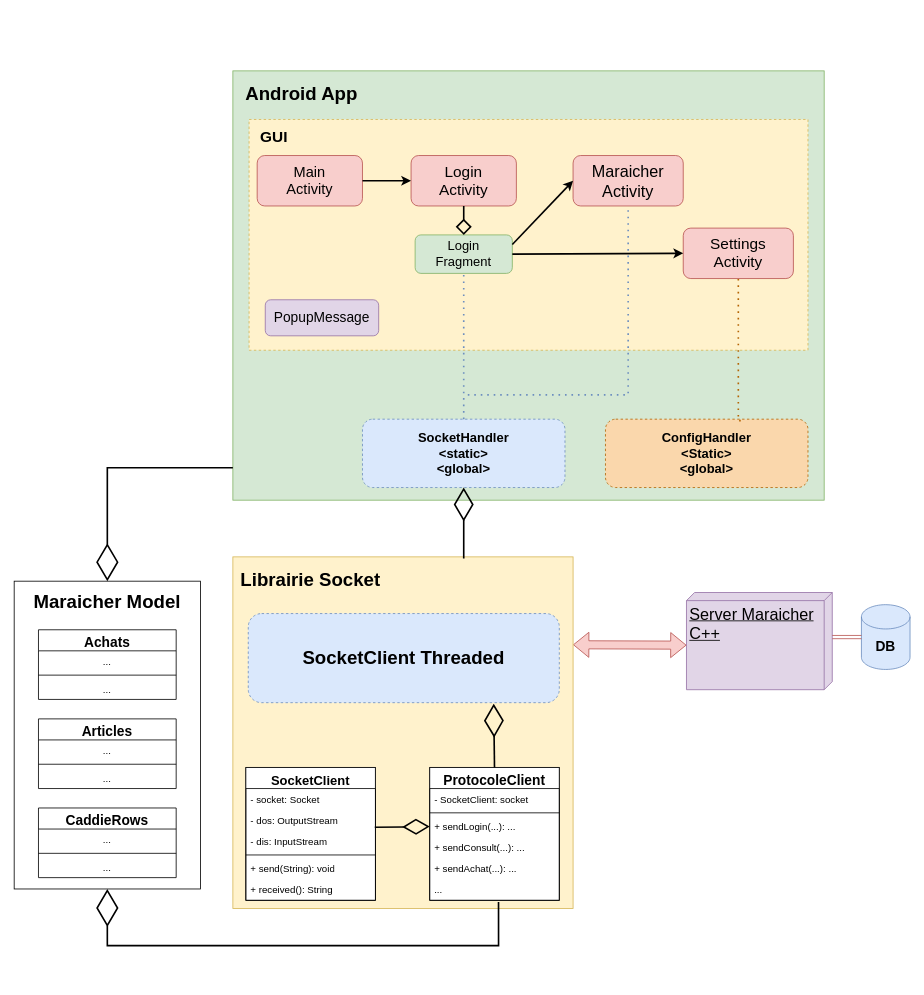
This is .Documentation/.Mobile_Schema/AppMobile.drawio from bastin-thomas/Fruit_MarketPlace_Secured, a draw.io file, before an edit. Source tidied: cells renumbered, new cells numbered last; positions are measured from the earlier drawing's top-left corner, leaving out a move shared by most shapes. Both pictures are drawn from the tidied source at 81%, with x=0, y=0 at pixel (14, 14).
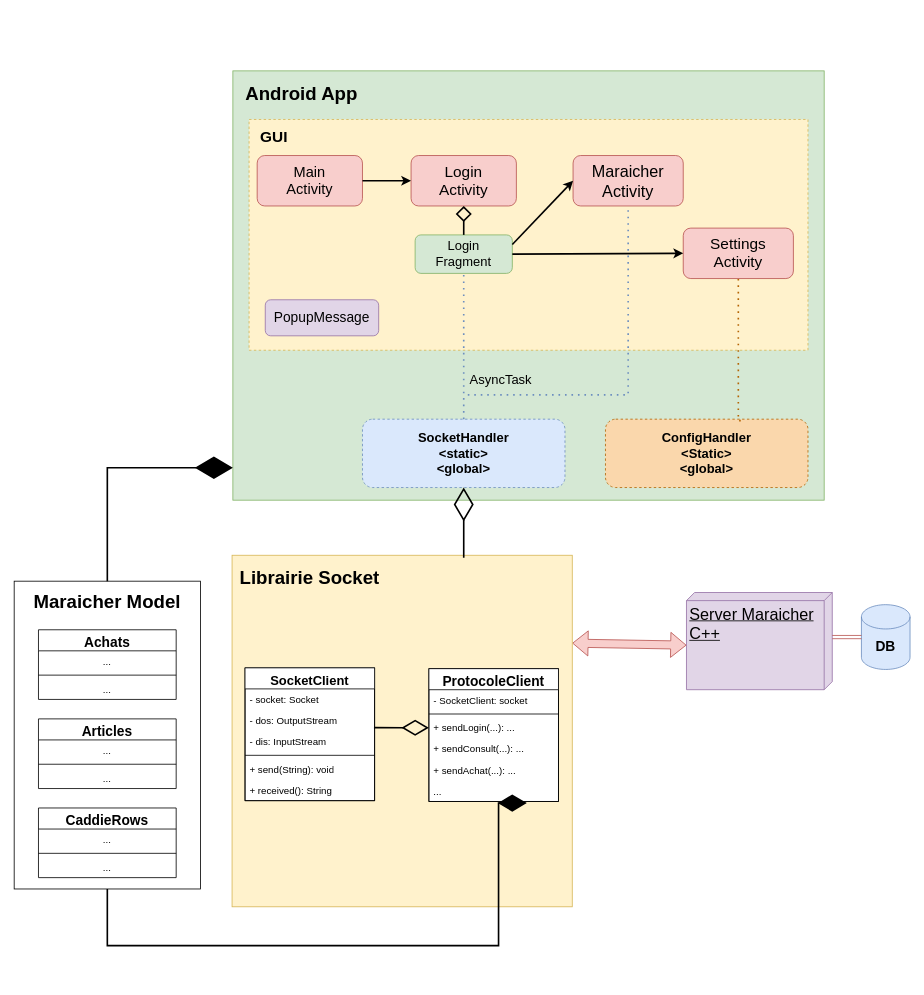
After the change.

Unchanged cells that the change refers to:
```xml
<mxCell id="2" style="group;fillColor=none;" parent="1" vertex="1">
  <mxGeometry x="270" width="730" height="650" as="geometry" />
</mxCell>
<mxCell id="3" style="rounded=0;whiteSpace=wrap;html=1;fillColor=#d5e8d4;strokeColor=#82b366;" parent="2" vertex="1">
  <mxGeometry y="70" width="730" height="530" as="geometry" />
</mxCell>
<mxCell id="6" style="group;" parent="2" vertex="1">
  <mxGeometry x="20" y="130" width="690" height="320.5" as="geometry" />
</mxCell>
<mxCell id="9" value="&lt;font style=&quot;font-size: 19px;&quot;&gt;Login&lt;br&gt;Activity&lt;/font&gt;" style="rounded=1;whiteSpace=wrap;html=1;fillColor=#f8cecc;strokeColor=#b85450;" parent="6" vertex="1">
  <mxGeometry x="200" y="44.5" width="130" height="62.3" as="geometry" />
</mxCell>
<mxCell id="10" value="&lt;font style=&quot;font-size: 16px;&quot;&gt;Login&lt;br&gt;Fragment&lt;/font&gt;" style="rounded=1;whiteSpace=wrap;html=1;fillColor=#d5e8d4;strokeColor=#82b366;" parent="6" vertex="1">
  <mxGeometry x="205" y="142.5" width="120" height="47.5" as="geometry" />
</mxCell>
<mxCell id="42" value="&lt;font style=&quot;font-size: 17px;&quot;&gt;ProtocoleClient&lt;/font&gt;" style="swimlane;fontStyle=1;align=center;verticalAlign=top;horizontal=1;startSize=26;whiteSpace=wrap;html=1;" parent="40" vertex="1">
  <mxGeometry width="160" height="164" as="geometry" />
</mxCell>
<mxCell id="48" value="..." style="text;strokeColor=none;fillColor=none;align=left;verticalAlign=top;spacingLeft=4;spacingRight=4;overflow=hidden;points=[[0,0.5],[1,0.5]];portConstraint=eastwest;whiteSpace=wrap;html=1;" parent="42" vertex="1">
  <mxGeometry y="138" width="160" height="26" as="geometry" />
</mxCell>
<mxCell id="53" style="rounded=0;whiteSpace=wrap;html=1;" parent="52" vertex="1">
  <mxGeometry width="230" height="380" as="geometry" />
</mxCell>
```

What changed in the source:
```diff
@@
-    <mxCell id="15" style="endArrow=diamond;html=1;rounded=0;exitX=0.5;exitY=1;exitDx=0;exitDy=0;endFill=0;endSize=15;strokeWidth=2;" parent="6" edge="1" source="9" target="10">
+    <mxCell id="15" style="endArrow=none;html=1;rounded=0;exitX=0.5;exitY=1;exitDx=0;exitDy=0;endFill=0;endSize=15;strokeWidth=2;startArrow=diamond;startFill=0;targetPerimeterSpacing=0;jumpSize=5;sourcePerimeterSpacing=15;startSize=15;" parent="6" edge="1" source="9" target="10">
       <mxGeometry relative="1" as="geometry" />
     </mxCell>
@@
+    <mxCell id="69" value="&lt;font style=&quot;font-size: 16px;&quot;&gt;AsyncTask&lt;/font&gt;" style="text;strokeColor=none;align=center;fillColor=none;html=1;verticalAlign=middle;whiteSpace=wrap;rounded=0;" parent="2" vertex="1">
+      <mxGeometry x="301" y="435.6" width="60" height="30" as="geometry" />
+    </mxCell>
@@
     <mxCell id="27" style="group;dashed=1;" parent="1" vertex="1">
-      <mxGeometry x="270" y="670" width="420" height="434" as="geometry" />
+      <mxGeometry x="269" y="668" width="420" height="434" as="geometry" />
     </mxCell>
@@
-    <mxCell id="30" value="&lt;b&gt;&lt;font style=&quot;font-size: 23px;&quot;&gt;SocketClient Threaded&lt;/font&gt;&lt;/b&gt;" style="rounded=1;whiteSpace=wrap;html=1;fillColor=#dae8fc;strokeColor=#6c8ebf;dashed=1;" parent="27" vertex="1">
-      <mxGeometry x="19" y="70" width="384" height="110" as="geometry" />
-    </mxCell>
     <mxCell id="31" style="group;" parent="27" vertex="1">
-      <mxGeometry x="16" y="260" width="160" height="164" as="geometry" />
+      <mxGeometry x="16" y="139" width="160" height="164" as="geometry" />
     </mxCell>
@@
     <mxCell id="40" style="group;" parent="27" vertex="1">
-      <mxGeometry x="243" y="260" width="160" height="164" as="geometry" />
+      <mxGeometry x="243" y="140" width="160" height="164" as="geometry" />
     </mxCell>
@@
-    <mxCell id="49" style="endArrow=diamondThin;html=1;rounded=0;entryX=0.789;entryY=1.011;entryDx=0;entryDy=0;exitX=0.5;exitY=0;exitDx=0;exitDy=0;entryPerimeter=0;endFill=0;endSize=36;strokeWidth=2;" parent="27" edge="1" source="42" target="30">
-      <mxGeometry relative="1" as="geometry" />
-    </mxCell>
@@
-    <mxCell id="67" style="endArrow=diamondThin;html=1;rounded=0;entryX=0.5;entryY=1;entryDx=0;entryDy=0;exitX=0.531;exitY=1.077;exitDx=0;exitDy=0;exitPerimeter=0;edgeStyle=orthogonalEdgeStyle;strokeWidth=2;endFill=0;endSize=41;" parent="1" edge="1" source="48" target="53">
+    <mxCell id="67" style="endArrow=none;html=1;rounded=0;entryX=0.5;entryY=1;entryDx=0;entryDy=0;exitX=0.531;exitY=1.077;exitDx=0;exitDy=0;exitPerimeter=0;edgeStyle=orthogonalEdgeStyle;strokeWidth=2;endFill=0;endSize=41;startArrow=diamondThin;startFill=1;startSize=30;" parent="1" edge="1" source="48" target="53">
       <mxGeometry relative="1" as="geometry">
         <Array as="points">
           <mxPoint x="598" y="1150" />
           <mxPoint x="115" y="1150" />
         </Array>
       </mxGeometry>
     </mxCell>
-    <mxCell id="68" style="endArrow=diamondThin;html=1;rounded=0;entryX=0.5;entryY=0;entryDx=0;entryDy=0;edgeStyle=orthogonalEdgeStyle;strokeWidth=2;endFill=0;endSize=41;" parent="1" edge="1" source="3" target="53">
+    <mxCell id="68" style="endArrow=none;html=1;rounded=0;entryX=0.5;entryY=0;entryDx=0;entryDy=0;edgeStyle=orthogonalEdgeStyle;strokeWidth=2;endFill=0;endSize=41;startArrow=diamondThin;startFill=1;startSize=41;" parent="1" edge="1" source="3" target="53">
       <mxGeometry relative="1" as="geometry">
         <Array as="points">
           <mxPoint x="115" y="560" />
         </Array>
       </mxGeometry>
     </mxCell>
```
